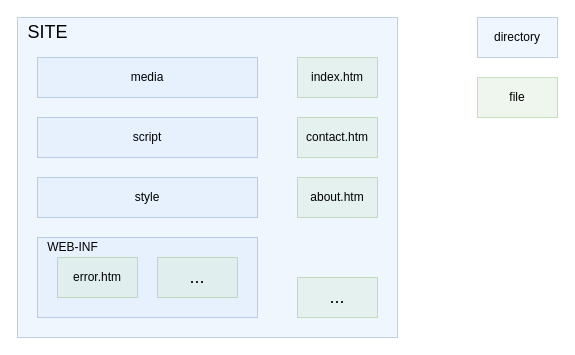
Earlier version of the draw.io diagram page "Site WEB-INF" (17 of 20) of doc/model/diagrams.drawio (js-lib-com/wood). Source tidied: cells renumbered, new cells numbered last; positions are measured from the earlier drawing's top-left corner, leaving out a move shared by most shapes. Both pictures are drawn from the tidied source at 100%, with x=0, y=0 at pixel (17, 17).
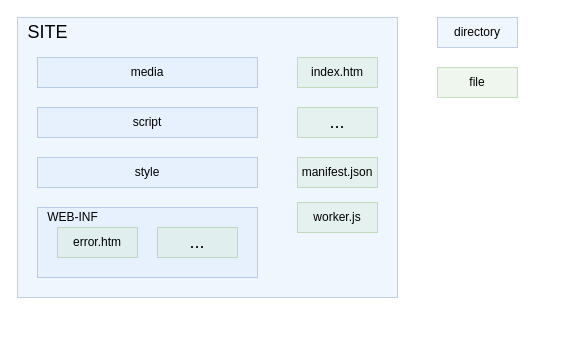
The same diagram, later.

The edit, as a diff of the source:
```diff
@@
 <mxGraphModel>
   <root>
     <mxCell id="0" />
     <mxCell id="1" parent="0" />
     <mxCell id="2" style="rounded=0;whiteSpace=wrap;html=1;fillColor=#dae8fc;strokeColor=#6c8ebf;opacity=40;" parent="1" vertex="1">
-      <mxGeometry width="380" height="320" as="geometry" />
+      <mxGeometry width="380" height="280" as="geometry" />
     </mxCell>
     <mxCell id="3" value="media" style="rounded=0;whiteSpace=wrap;html=1;fillColor=#dae8fc;strokeColor=#6c8ebf;opacity=40;" parent="1" vertex="1">
-      <mxGeometry x="20" y="40" width="220" height="40" as="geometry" />
+      <mxGeometry x="20" y="40" width="220" height="30" as="geometry" />
     </mxCell>
     <mxCell id="4" value="script" style="rounded=0;whiteSpace=wrap;html=1;opacity=40;fillColor=#dae8fc;strokeColor=#6c8ebf;" parent="1" vertex="1">
-      <mxGeometry x="20" y="100" width="220" height="40" as="geometry" />
+      <mxGeometry x="20" y="90" width="220" height="30" as="geometry" />
     </mxCell>
     <mxCell id="5" value="style" style="rounded=0;whiteSpace=wrap;html=1;opacity=40;fillColor=#dae8fc;strokeColor=#6c8ebf;" parent="1" vertex="1">
-      <mxGeometry x="20" y="160" width="220" height="40" as="geometry" />
+      <mxGeometry x="20" y="140" width="220" height="30" as="geometry" />
     </mxCell>
     <mxCell id="6" value="SITE" style="text;html=1;align=center;verticalAlign=middle;strokeColor=none;fillColor=none;fontSize=18;spacing=0;" parent="1" vertex="1">
       <mxGeometry width="60" height="30" as="geometry" />
     </mxCell>
     <mxCell id="7" style="rounded=0;whiteSpace=wrap;html=1;fontSize=18;opacity=40;fillColor=#dae8fc;strokeColor=#6c8ebf;" parent="1" vertex="1">
-      <mxGeometry x="20" y="220" width="220" height="80" as="geometry" />
+      <mxGeometry x="20" y="190" width="220" height="70" as="geometry" />
     </mxCell>
     <mxCell id="8" value="WEB-INF" style="text;html=1;align=center;verticalAlign=middle;strokeColor=none;fillColor=none;fontSize=12;spacing=0;" parent="1" vertex="1">
-      <mxGeometry x="20" y="220" width="70" height="20" as="geometry" />
+      <mxGeometry x="20" y="190" width="70" height="20" as="geometry" />
     </mxCell>
     <mxCell id="9" value="error.htm" style="rounded=0;whiteSpace=wrap;html=1;fontSize=12;opacity=40;fillColor=#d5e8d4;strokeColor=#82b366;" parent="1" vertex="1">
-      <mxGeometry x="40" y="240" width="80" height="40" as="geometry" />
+      <mxGeometry x="40" y="210" width="80" height="30" as="geometry" />
     </mxCell>
     <mxCell id="10" value="..." style="rounded=0;whiteSpace=wrap;html=1;fontSize=18;opacity=40;fillColor=#d5e8d4;strokeColor=#82b366;" parent="1" vertex="1">
-      <mxGeometry x="140" y="240" width="80" height="40" as="geometry" />
+      <mxGeometry x="140" y="210" width="80" height="30" as="geometry" />
     </mxCell>
     <mxCell id="11" value="index.htm" style="rounded=0;whiteSpace=wrap;html=1;fontSize=12;opacity=40;fillColor=#d5e8d4;strokeColor=#82b366;" parent="1" vertex="1">
-      <mxGeometry x="280" y="40" width="80" height="40" as="geometry" />
+      <mxGeometry x="280" y="40" width="80" height="30" as="geometry" />
     </mxCell>
-    <mxCell id="12" value="contact.htm" style="rounded=0;whiteSpace=wrap;html=1;fontSize=12;opacity=40;fillColor=#d5e8d4;strokeColor=#82b366;" parent="1" vertex="1">
-      <mxGeometry x="280" y="100" width="80" height="40" as="geometry" />
+    <mxCell id="12" value="worker.js" style="rounded=0;whiteSpace=wrap;html=1;fontSize=12;opacity=40;fillColor=#d5e8d4;strokeColor=#82b366;" parent="1" vertex="1">
+      <mxGeometry x="280" y="185" width="80" height="30" as="geometry" />
     </mxCell>
-    <mxCell id="13" value="about.htm" style="rounded=0;whiteSpace=wrap;html=1;fontSize=12;opacity=40;fillColor=#d5e8d4;strokeColor=#82b366;" parent="1" vertex="1">
-      <mxGeometry x="280" y="160" width="80" height="40" as="geometry" />
+    <mxCell id="13" value="manifest.json" style="rounded=0;whiteSpace=wrap;html=1;fontSize=12;opacity=40;fillColor=#d5e8d4;strokeColor=#82b366;" parent="1" vertex="1">
+      <mxGeometry x="280" y="140" width="80" height="30" as="geometry" />
     </mxCell>
     <mxCell id="14" value="..." style="rounded=0;whiteSpace=wrap;html=1;fontSize=18;opacity=40;fillColor=#d5e8d4;strokeColor=#82b366;" parent="1" vertex="1">
-      <mxGeometry x="280" y="260" width="80" height="40" as="geometry" />
+      <mxGeometry x="280" y="90" width="80" height="30" as="geometry" />
     </mxCell>
     <mxCell id="15" value="directory" style="rounded=0;whiteSpace=wrap;html=1;fillColor=#dae8fc;strokeColor=#6c8ebf;opacity=40;" parent="1" vertex="1">
-      <mxGeometry x="460" width="80" height="40" as="geometry" />
+      <mxGeometry x="420" width="80" height="30" as="geometry" />
     </mxCell>
     <mxCell id="16" value="file" style="rounded=0;whiteSpace=wrap;html=1;fontSize=12;opacity=40;fillColor=#d5e8d4;strokeColor=#82b366;" parent="1" vertex="1">
-      <mxGeometry x="460" y="60" width="80" height="40" as="geometry" />
+      <mxGeometry x="420" y="50" width="80" height="30" as="geometry" />
     </mxCell>
   </root>
 </mxGraphModel>
```
